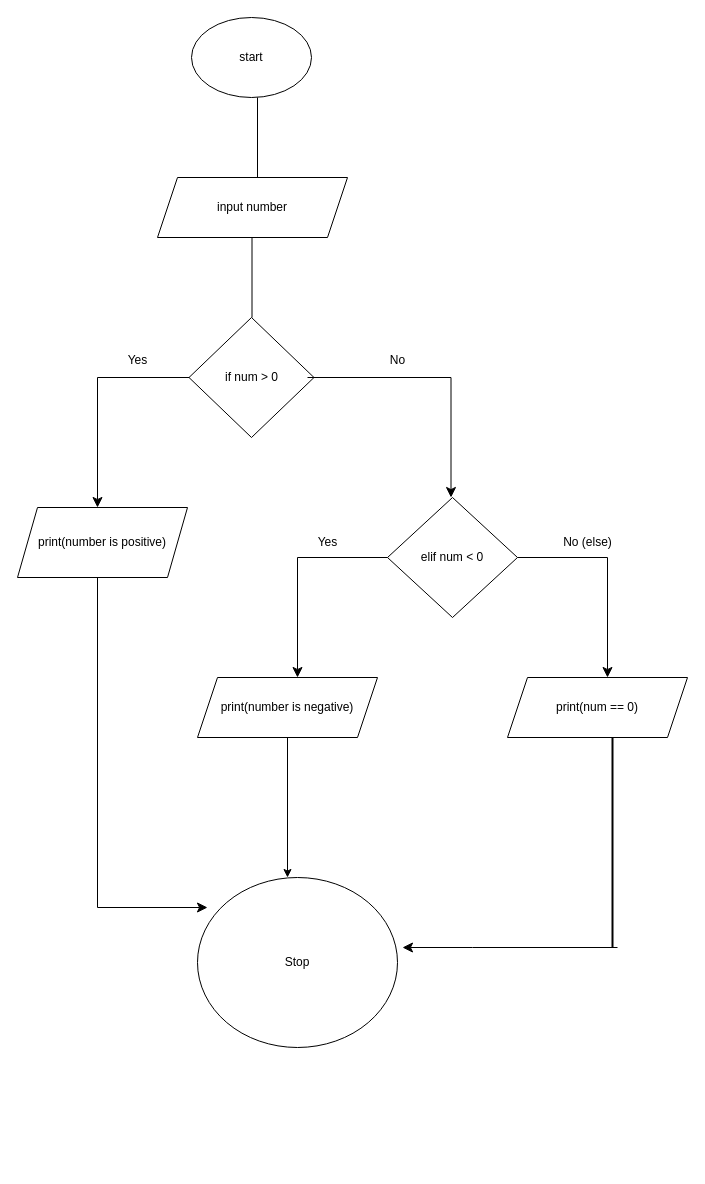
This is number_type.drawio from ArslanBashirBhat/Assingments-Python, a draw.io file, before an edit. Source tidied: cells renumbered, new cells numbered last; positions are measured from the earlier drawing's top-left corner, leaving out a move shared by most shapes. Both pictures are drawn from the tidied source at 100%, with x=0, y=0 at pixel (17, 17).
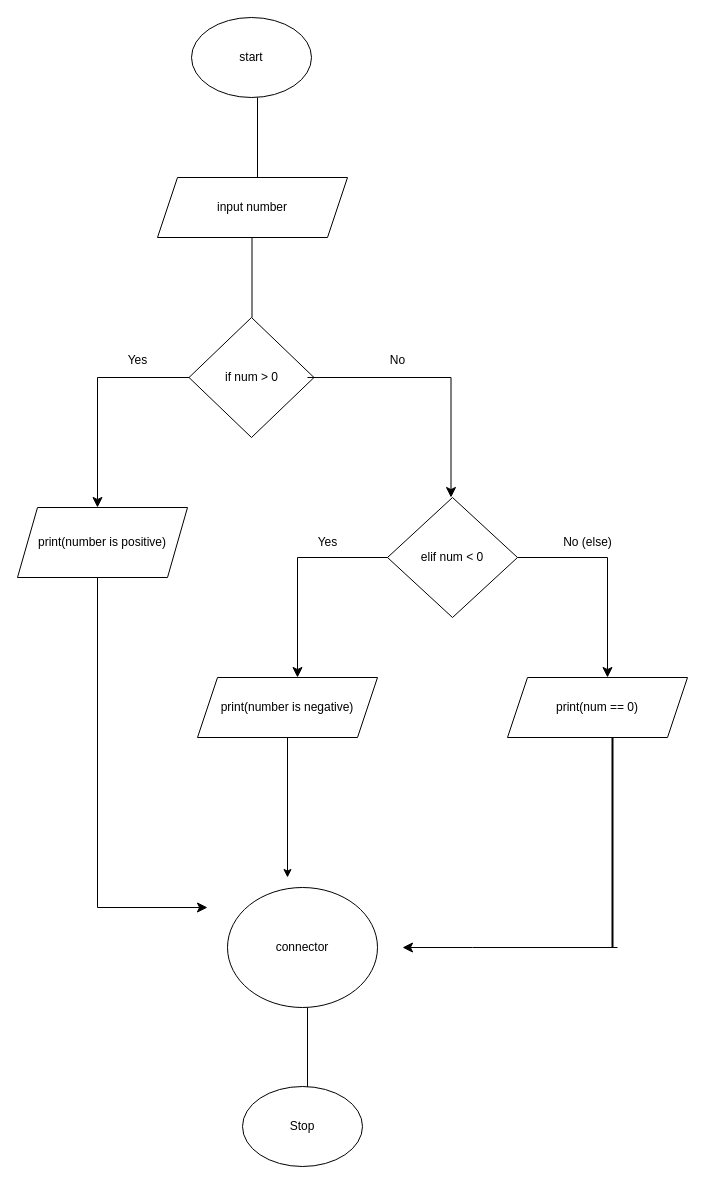
Above is the later version.

The edit, as a diff of the source:
```diff
@@
-    <mxCell id="23" value="Stop" style="ellipse;whiteSpace=wrap;html=1;" parent="1" vertex="1">
-      <mxGeometry x="180" y="860" width="200" height="170" as="geometry" />
+    <mxCell id="23" value="connector" style="ellipse;whiteSpace=wrap;html=1;" parent="1" vertex="1">
+      <mxGeometry x="210" y="870" width="150" height="120" as="geometry" />
     </mxCell>
+    <mxCell id="24" style="endArrow=none;html=1;rounded=0;" parent="1" edge="1">
+      <mxGeometry relative="1" as="geometry">
+        <mxPoint x="290" y="1070" as="sourcePoint" />
+        <mxPoint x="290" y="990" as="targetPoint" />
+      </mxGeometry>
+    </mxCell>
+    <mxCell id="25" value="Stop" style="ellipse;whiteSpace=wrap;html=1;" parent="1" vertex="1">
+      <mxGeometry x="225" y="1069" width="120" height="80" as="geometry" />
+    </mxCell>
```
